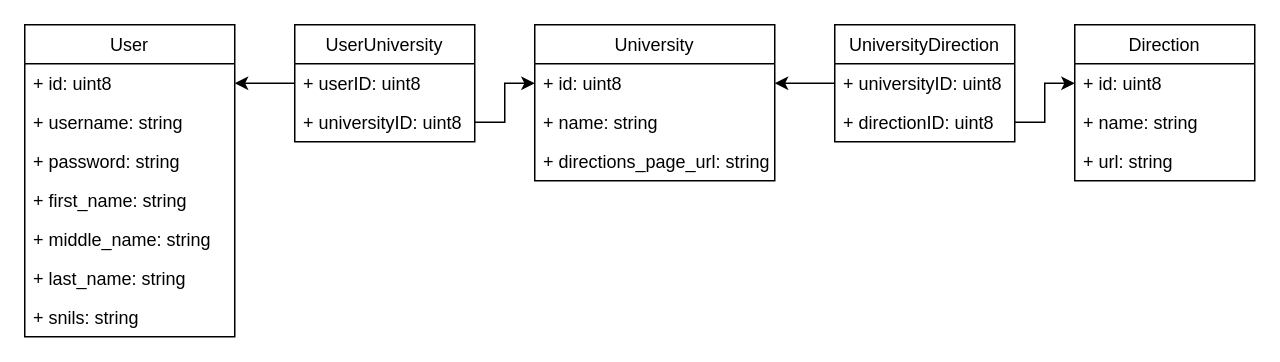
Before: erd.drawio in ythosa/rating-list-monitoring-platform, a draw.io diagram. Source tidied: cells renumbered, new cells numbered last; positions are measured from the earlier drawing's top-left corner, leaving out a move shared by most shapes. Both pictures are drawn from the tidied source at 150%, with x=0, y=0 at pixel (24, 24).
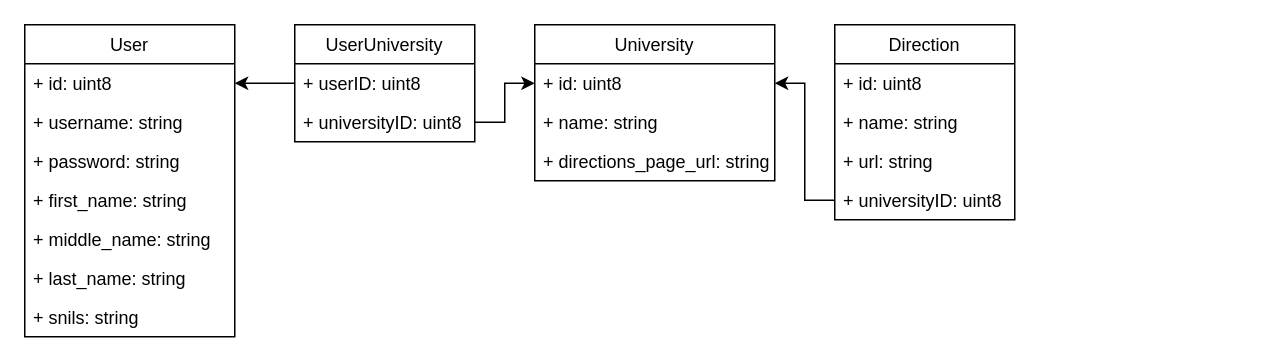
The same page after the edit.

Commit message:
update erd diagram

Unchanged cells that the change refers to:
```xml
<mxCell id="20" value="+ id: uint8" style="text;strokeColor=none;fillColor=none;align=left;verticalAlign=top;spacingLeft=4;spacingRight=4;overflow=hidden;points=[[0,0.5],[1,0.5]];portConstraint=eastwest;" parent="19" vertex="1">
  <mxGeometry y="26" width="120" height="26" as="geometry" />
</mxCell>
```

What changed in the source:
```diff
@@
     <mxCell id="19" value="Direction" style="swimlane;fontStyle=0;horizontal=1;startSize=26;fillColor=none;" parent="1" vertex="1">
-      <mxGeometry x="700" width="120" height="104" as="geometry" />
+      <mxGeometry x="540" width="120" height="130" as="geometry" />
     </mxCell>
@@
-    <mxCell id="23" value="UniversityDirection" style="swimlane;fontStyle=0;horizontal=1;startSize=26;fillColor=none;" parent="1" vertex="1">
-      <mxGeometry x="540" width="120" height="78" as="geometry" />
-    </mxCell>
-    <mxCell id="24" value="+ universityID: uint8" style="text;strokeColor=none;fillColor=none;align=left;verticalAlign=top;spacingLeft=4;spacingRight=4;overflow=hidden;points=[[0,0.5],[1,0.5]];portConstraint=eastwest;" parent="23" vertex="1">
-      <mxGeometry y="26" width="120" height="26" as="geometry" />
+    <mxCell id="24" value="+ universityID: uint8" style="text;strokeColor=none;fillColor=none;align=left;verticalAlign=top;spacingLeft=4;spacingRight=4;overflow=hidden;points=[[0,0.5],[1,0.5]];portConstraint=eastwest;" parent="19" vertex="1">
+      <mxGeometry y="104" width="120" height="26" as="geometry" />
     </mxCell>
-    <mxCell id="25" value="+ directionID: uint8" style="text;strokeColor=none;fillColor=none;align=left;verticalAlign=top;spacingLeft=4;spacingRight=4;overflow=hidden;points=[[0,0.5],[1,0.5]];portConstraint=eastwest;" parent="23" vertex="1">
-      <mxGeometry y="52" width="120" height="26" as="geometry" />
-    </mxCell>
@@
-    <mxCell id="27" style="edgeStyle=orthogonalEdgeStyle;rounded=0;jettySize=auto;html=1;entryX=0;entryY=0.5;entryDx=0;entryDy=0;" parent="1" edge="1" source="25" target="20">
-      <mxGeometry relative="1" as="geometry" />
-    </mxCell>
```
